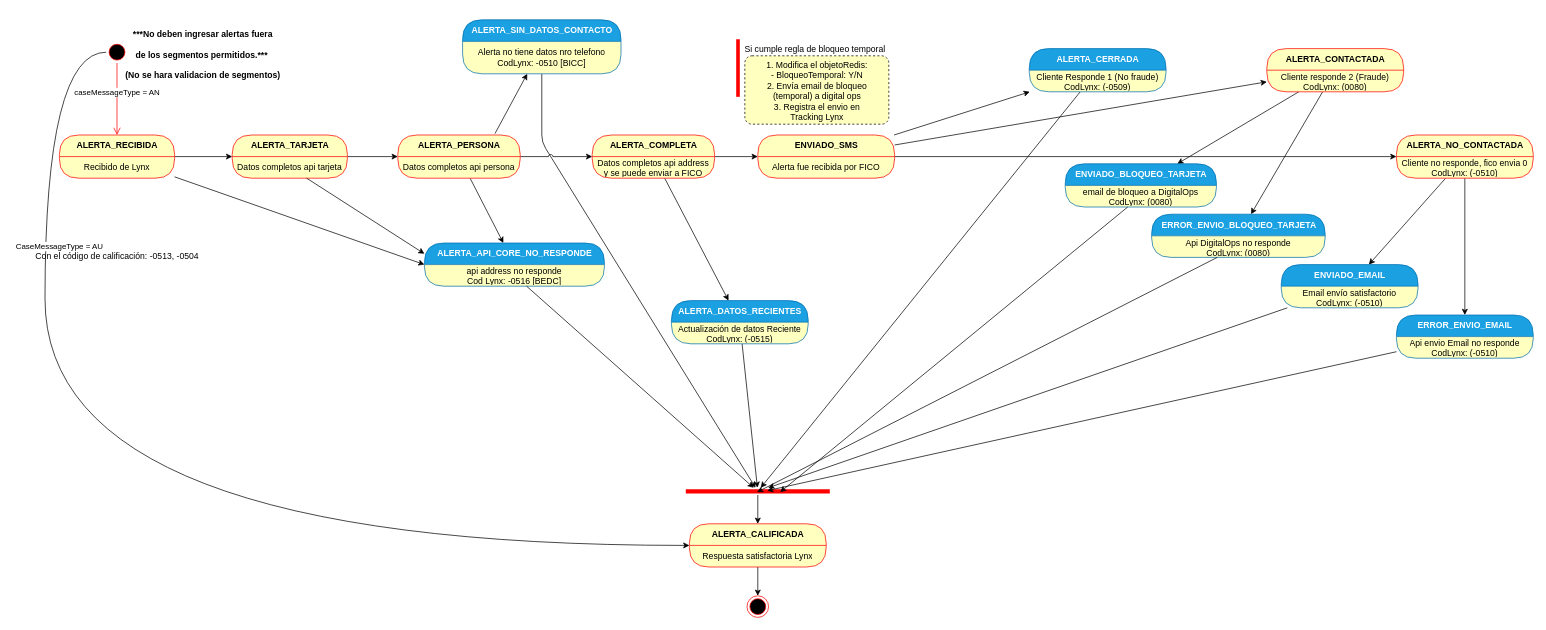
Before: EstadosLynx.drawio in zolymo/diagrams, a draw.io diagram. Source tidied: cells renumbered, new cells numbered last; positions are measured from the earlier drawing's top-left corner, leaving out a move shared by most shapes. Both pictures are drawn from the tidied source at 72%, with x=0, y=0 at pixel (12, 12).
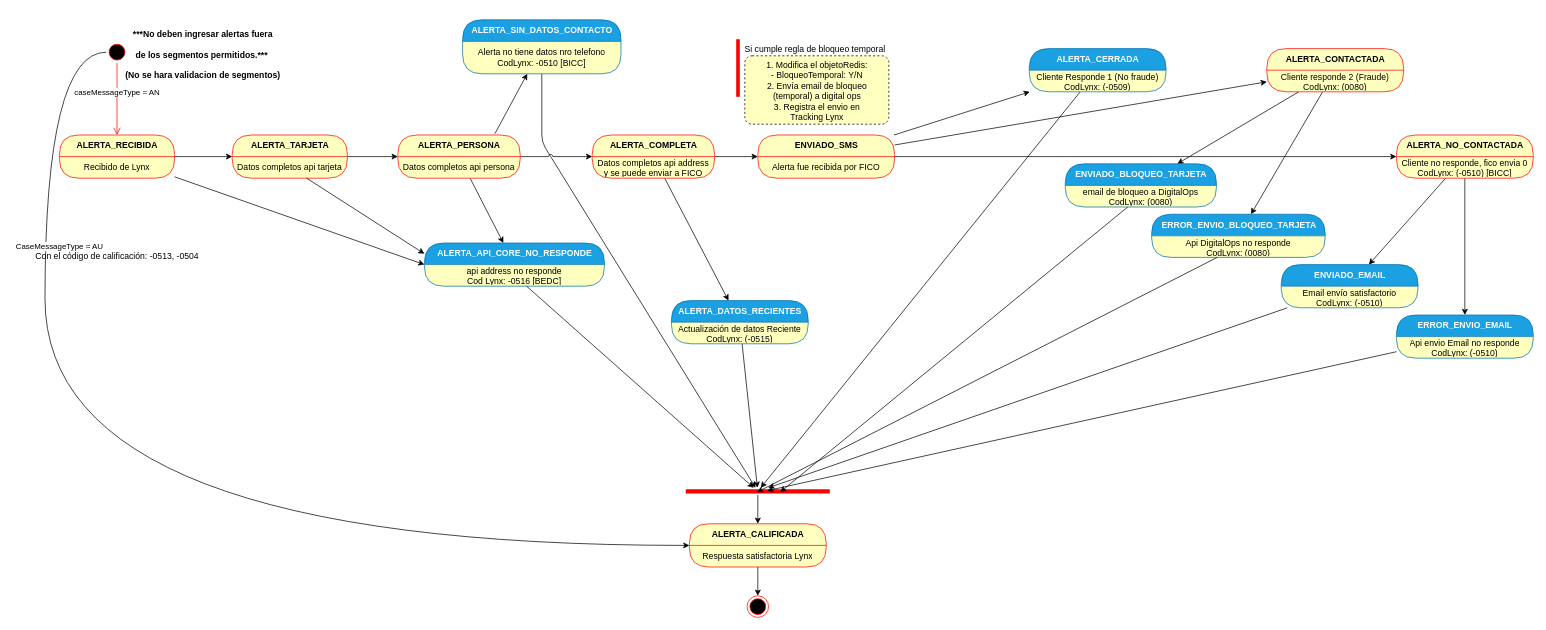
After the change.

The change refers to these unchanged cells:
```xml
<mxCell id="43" value="&lt;font color=&quot;#000000&quot;&gt;ALERTA_NO_CONTACTADA&lt;/font&gt;" style="swimlane;html=1;fontStyle=1;align=center;verticalAlign=middle;horizontal=1;startSize=30;fontColor=#ffffff;rounded=1;arcSize=30;swimlaneFillColor=#ffffc0;fillColor=#FFFFC0;strokeColor=#FF0000;" parent="1" vertex="1">
  <mxGeometry x="1922" y="170" width="190" height="60" as="geometry" />
</mxCell>
```

The edit, as a diff of the source:
```diff
@@
-    <mxCell id="44" value="Cliente no responde, fico envia 0&lt;br&gt;CodLynx:&amp;nbsp;(-0510)" style="text;html=1;strokeColor=none;fillColor=none;align=center;verticalAlign=middle;spacingLeft=4;spacingRight=4;whiteSpace=wrap;overflow=hidden;fontColor=#000000;" parent="43" vertex="1">
+    <mxCell id="44" value="Cliente no responde, fico envia 0&lt;br&gt;CodLynx:&amp;nbsp;(-0510) [BICC]" style="text;html=1;strokeColor=none;fillColor=none;align=center;verticalAlign=middle;spacingLeft=4;spacingRight=4;whiteSpace=wrap;overflow=hidden;fontColor=#000000;" parent="43" vertex="1">
       <mxGeometry y="30" width="190" height="30" as="geometry" />
     </mxCell>
```
